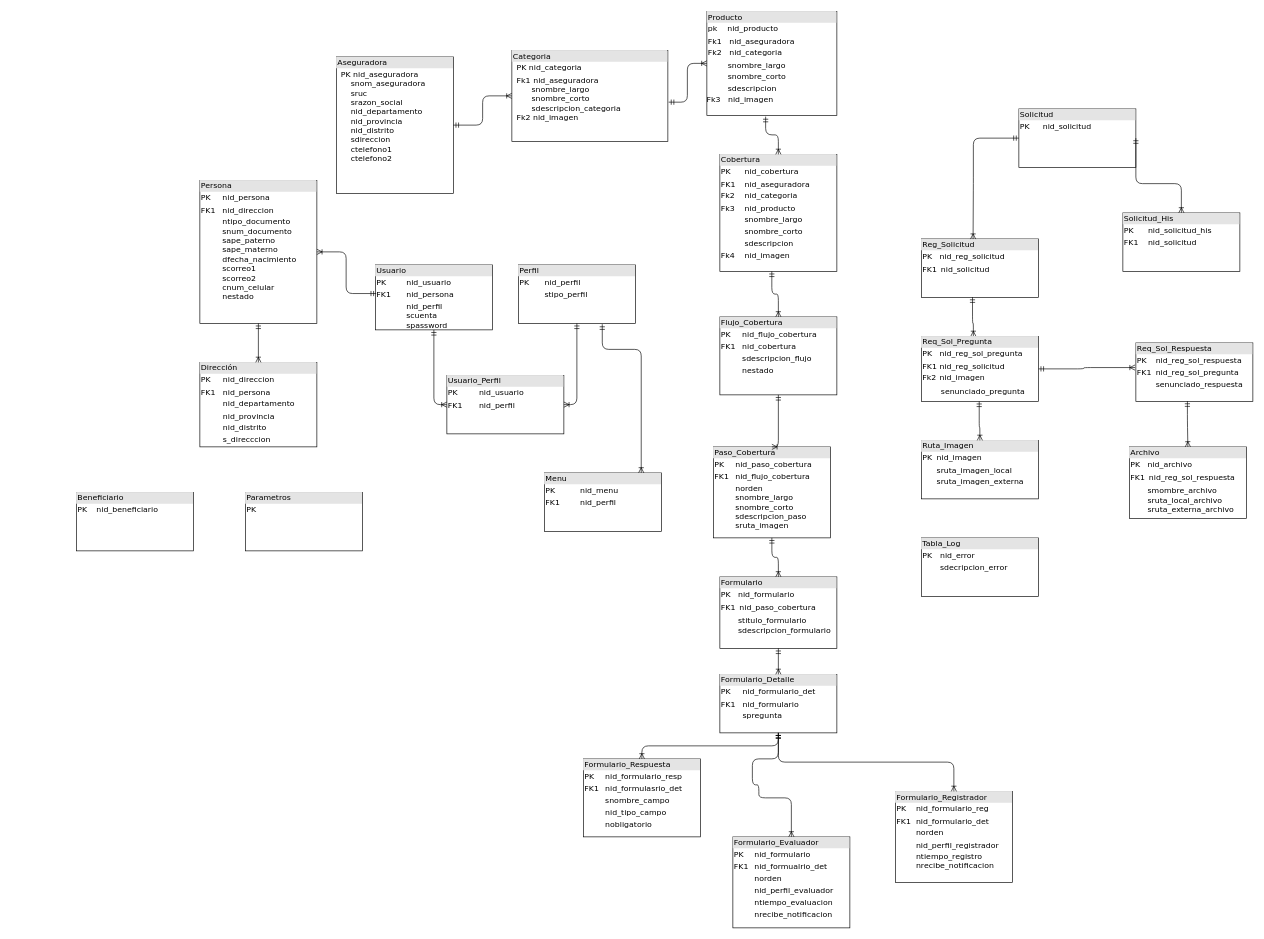
alejandroarceefitec/EFICTEC keeps this draw.io diagram as SINIESTROS/Diagrama sin título.drawio. Above is the earlier version. Source tidied: cells renumbered, new cells numbered last; positions are measured from the earlier drawing's top-left corner, leaving out a move shared by most shapes. Both pictures are drawn from the tidied source at 65%, with x=0, y=0 at pixel (76, 11).
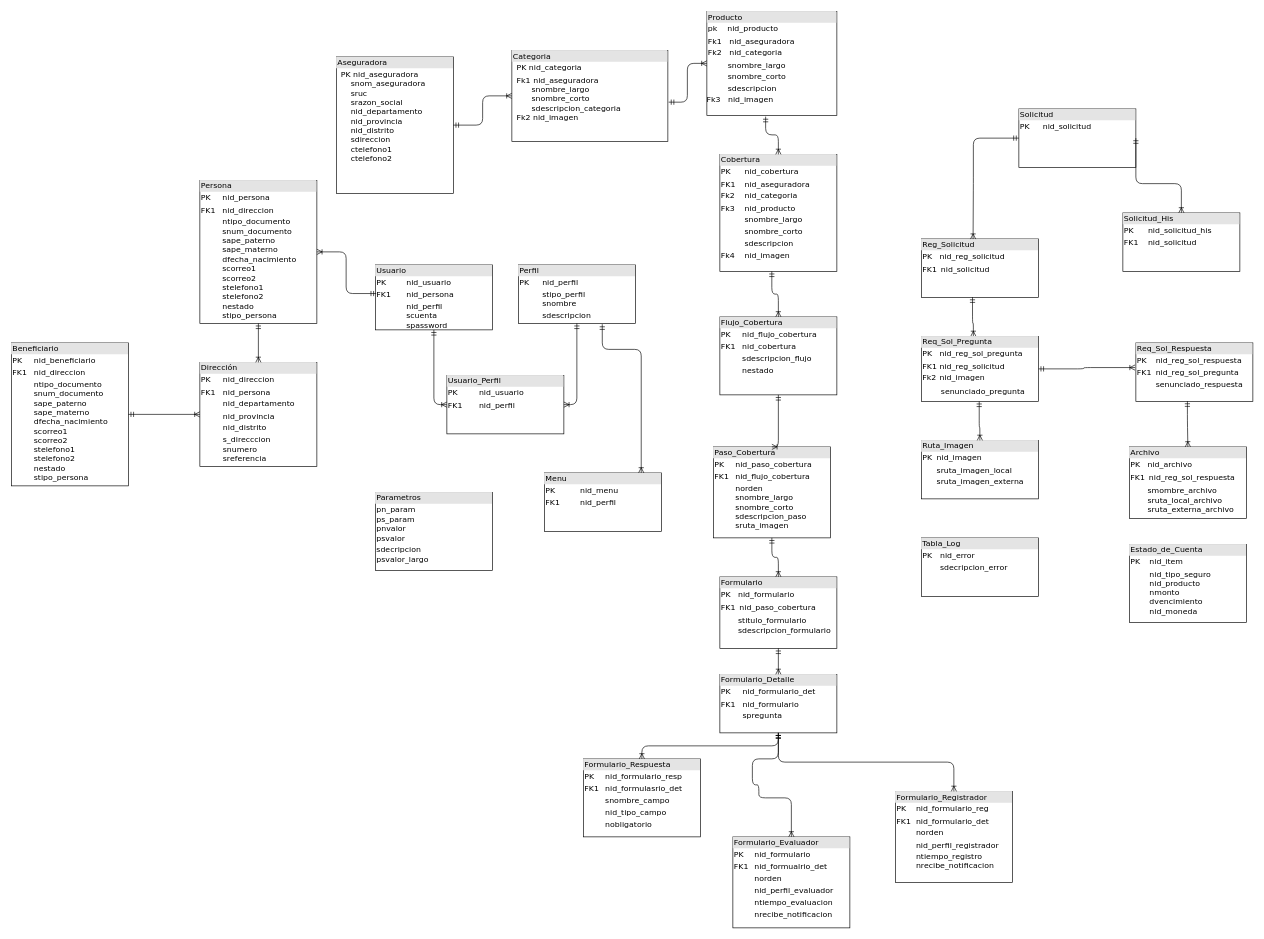
Above is the later version.

Change to the diagram source:
```diff
@@
-    <mxCell id="7" value="&lt;div style=&quot;box-sizing: border-box ; width: 100% ; background: #e4e4e4 ; padding: 2px&quot;&gt;Parametros&lt;/div&gt;&lt;table style=&quot;width: 100% ; font-size: 1em&quot; cellpadding=&quot;2&quot; cellspacing=&quot;0&quot;&gt;&lt;tbody&gt;&lt;tr&gt;&lt;td&gt;PK&lt;/td&gt;&lt;td&gt;&lt;/td&gt;&lt;/tr&gt;&lt;tr&gt;&lt;td&gt;&lt;/td&gt;&lt;td&gt;&lt;br&gt;&lt;/td&gt;&lt;/tr&gt;&lt;/tbody&gt;&lt;/table&gt;" style="verticalAlign=top;align=left;overflow=fill;html=1;rounded=0;shadow=0;comic=0;labelBackgroundColor=none;strokeWidth=1;fontFamily=Verdana;fontSize=12;" parent="1" vertex="1">
-      <mxGeometry x="260" y="740" width="180" height="90" as="geometry" />
+    <mxCell id="7" value="&lt;div style=&quot;box-sizing: border-box ; width: 100% ; background: #e4e4e4 ; padding: 2px&quot;&gt;Parametros&lt;/div&gt;&lt;table style=&quot;width: 100% ; font-size: 1em&quot; cellpadding=&quot;2&quot; cellspacing=&quot;0&quot;&gt;&lt;tbody&gt;&lt;tr&gt;&lt;td&gt;pn_param&lt;br&gt;ps_param&lt;br&gt;pnvalor&lt;br&gt;psvalor&lt;/td&gt;&lt;td&gt;&lt;/td&gt;&lt;/tr&gt;&lt;tr&gt;&lt;td&gt;sdecripcion&lt;br&gt;psvalor_largo&lt;br&gt;&lt;/td&gt;&lt;td&gt;&lt;br&gt;&lt;/td&gt;&lt;/tr&gt;&lt;/tbody&gt;&lt;/table&gt;" style="verticalAlign=top;align=left;overflow=fill;html=1;rounded=0;shadow=0;comic=0;labelBackgroundColor=none;strokeWidth=1;fontFamily=Verdana;fontSize=12;" parent="1" vertex="1">
+      <mxGeometry x="460" y="740" width="180" height="120" as="geometry" />
     </mxCell>
-    <mxCell id="8" value="&lt;div style=&quot;box-sizing: border-box ; width: 100% ; background: #e4e4e4 ; padding: 2px&quot;&gt;Persona&lt;/div&gt;&lt;table style=&quot;width: 100% ; font-size: 1em&quot; cellpadding=&quot;2&quot; cellspacing=&quot;0&quot;&gt;&lt;tbody&gt;&lt;tr&gt;&lt;td&gt;PK&lt;/td&gt;&lt;td&gt;nid_persona&lt;/td&gt;&lt;/tr&gt;&lt;tr&gt;&lt;td&gt;FK1&lt;br&gt;&lt;/td&gt;&lt;td&gt;nid_direccion&lt;br&gt;&lt;/td&gt;&lt;/tr&gt;&lt;tr&gt;&lt;td&gt;&lt;/td&gt;&lt;td&gt;ntipo_documento&lt;br&gt;snum_documento&lt;br&gt;sape_paterno&lt;br&gt;sape_materno&lt;br&gt;dfecha_nacimiento&lt;br&gt;scorreo1&lt;br&gt;scorreo2&lt;br&gt;cnum_celular&lt;br&gt;nestado&lt;br&gt;&lt;br&gt;&lt;br&gt;&lt;/td&gt;&lt;/tr&gt;&lt;/tbody&gt;&lt;/table&gt;" style="verticalAlign=top;align=left;overflow=fill;html=1;rounded=0;shadow=0;comic=0;labelBackgroundColor=none;strokeWidth=1;fontFamily=Verdana;fontSize=12;" parent="1" vertex="1">
+    <mxCell id="8" value="&lt;div style=&quot;box-sizing: border-box ; width: 100% ; background: #e4e4e4 ; padding: 2px&quot;&gt;Persona&lt;/div&gt;&lt;table style=&quot;width: 100% ; font-size: 1em&quot; cellpadding=&quot;2&quot; cellspacing=&quot;0&quot;&gt;&lt;tbody&gt;&lt;tr&gt;&lt;td&gt;PK&lt;/td&gt;&lt;td&gt;nid_persona&lt;/td&gt;&lt;/tr&gt;&lt;tr&gt;&lt;td&gt;FK1&lt;br&gt;&lt;/td&gt;&lt;td&gt;nid_direccion&lt;br&gt;&lt;/td&gt;&lt;/tr&gt;&lt;tr&gt;&lt;td&gt;&lt;/td&gt;&lt;td&gt;ntipo_documento&lt;br&gt;snum_documento&lt;br&gt;sape_paterno&lt;br&gt;sape_materno&lt;br&gt;dfecha_nacimiento&lt;br&gt;scorreo1&lt;br&gt;scorreo2&lt;br&gt;stelefono1&lt;br&gt;stelefono2&lt;br&gt;nestado&lt;br&gt;stipo_persona&lt;br&gt;&lt;br&gt;&lt;br&gt;&lt;/td&gt;&lt;/tr&gt;&lt;/tbody&gt;&lt;/table&gt;" style="verticalAlign=top;align=left;overflow=fill;html=1;rounded=0;shadow=0;comic=0;labelBackgroundColor=none;strokeWidth=1;fontFamily=Verdana;fontSize=12;" parent="1" vertex="1">
       <mxGeometry x="190" y="260" width="180" height="220" as="geometry" />
     </mxCell>
@@
-    <mxCell id="10" value="&lt;div style=&quot;box-sizing: border-box ; width: 100% ; background: #e4e4e4 ; padding: 2px&quot;&gt;Perfil&lt;/div&gt;&lt;table style=&quot;width: 100% ; font-size: 1em&quot; cellpadding=&quot;2&quot; cellspacing=&quot;0&quot;&gt;&lt;tbody&gt;&lt;tr&gt;&lt;td&gt;PK&lt;/td&gt;&lt;td&gt;nid_perfil&lt;/td&gt;&lt;/tr&gt;&lt;tr&gt;&lt;td&gt;&lt;br&gt;&lt;/td&gt;&lt;td&gt;stipo_perfil&lt;/td&gt;&lt;/tr&gt;&lt;tr&gt;&lt;td&gt;&lt;/td&gt;&lt;td&gt;&lt;br&gt;&lt;/td&gt;&lt;/tr&gt;&lt;/tbody&gt;&lt;/table&gt;" style="verticalAlign=top;align=left;overflow=fill;html=1;rounded=0;shadow=0;comic=0;labelBackgroundColor=none;strokeWidth=1;fontFamily=Verdana;fontSize=12;" parent="1" vertex="1">
+    <mxCell id="10" value="&lt;div style=&quot;box-sizing: border-box ; width: 100% ; background: #e4e4e4 ; padding: 2px&quot;&gt;Perfil&lt;/div&gt;&lt;table style=&quot;width: 100% ; font-size: 1em&quot; cellpadding=&quot;2&quot; cellspacing=&quot;0&quot;&gt;&lt;tbody&gt;&lt;tr&gt;&lt;td&gt;PK&lt;/td&gt;&lt;td&gt;nid_perfil&lt;/td&gt;&lt;/tr&gt;&lt;tr&gt;&lt;td&gt;&lt;br&gt;&lt;/td&gt;&lt;td&gt;stipo_perfil&lt;br&gt;snombre&lt;/td&gt;&lt;/tr&gt;&lt;tr&gt;&lt;td&gt;&lt;/td&gt;&lt;td&gt;sdescripcion&lt;br&gt;&lt;/td&gt;&lt;/tr&gt;&lt;/tbody&gt;&lt;/table&gt;" style="verticalAlign=top;align=left;overflow=fill;html=1;rounded=0;shadow=0;comic=0;labelBackgroundColor=none;strokeWidth=1;fontFamily=Verdana;fontSize=12;" parent="1" vertex="1">
       <mxGeometry x="680" y="390" width="180" height="90" as="geometry" />
     </mxCell>
@@
-    <mxCell id="12" value="&lt;div style=&quot;box-sizing: border-box ; width: 100% ; background: #e4e4e4 ; padding: 2px&quot;&gt;Dirección&lt;/div&gt;&lt;table style=&quot;width: 100% ; font-size: 1em&quot; cellpadding=&quot;2&quot; cellspacing=&quot;0&quot;&gt;&lt;tbody&gt;&lt;tr&gt;&lt;td&gt;PK&lt;/td&gt;&lt;td&gt;nid_direccion&lt;/td&gt;&lt;/tr&gt;&lt;tr&gt;&lt;td&gt;FK1&lt;/td&gt;&lt;td&gt;nid_persona&lt;/td&gt;&lt;/tr&gt;&lt;tr&gt;&lt;td&gt;&lt;/td&gt;&lt;td&gt;nid_departamento&lt;/td&gt;&lt;/tr&gt;&lt;tr&gt;&lt;td&gt;&lt;br&gt;&lt;/td&gt;&lt;td&gt;nid_provincia&lt;/td&gt;&lt;/tr&gt;&lt;tr&gt;&lt;td&gt;&lt;br&gt;&lt;/td&gt;&lt;td&gt;nid_distrito&lt;/td&gt;&lt;/tr&gt;&lt;tr&gt;&lt;td&gt;&lt;br&gt;&lt;/td&gt;&lt;td&gt;s_direcccion&lt;/td&gt;&lt;/tr&gt;&lt;/tbody&gt;&lt;/table&gt;" style="verticalAlign=top;align=left;overflow=fill;html=1;rounded=0;shadow=0;comic=0;labelBackgroundColor=none;strokeWidth=1;fontFamily=Verdana;fontSize=12;" parent="1" vertex="1">
-      <mxGeometry x="190" y="540" width="180" height="130" as="geometry" />
+    <mxCell id="12" value="&lt;div style=&quot;box-sizing: border-box ; width: 100% ; background: #e4e4e4 ; padding: 2px&quot;&gt;Dirección&lt;/div&gt;&lt;table style=&quot;width: 100% ; font-size: 1em&quot; cellpadding=&quot;2&quot; cellspacing=&quot;0&quot;&gt;&lt;tbody&gt;&lt;tr&gt;&lt;td&gt;PK&lt;/td&gt;&lt;td&gt;nid_direccion&lt;/td&gt;&lt;/tr&gt;&lt;tr&gt;&lt;td&gt;FK1&lt;/td&gt;&lt;td&gt;nid_persona&lt;/td&gt;&lt;/tr&gt;&lt;tr&gt;&lt;td&gt;&lt;/td&gt;&lt;td&gt;nid_departamento&lt;/td&gt;&lt;/tr&gt;&lt;tr&gt;&lt;td&gt;&lt;br&gt;&lt;/td&gt;&lt;td&gt;nid_provincia&lt;/td&gt;&lt;/tr&gt;&lt;tr&gt;&lt;td&gt;&lt;br&gt;&lt;/td&gt;&lt;td&gt;nid_distrito&lt;/td&gt;&lt;/tr&gt;&lt;tr&gt;&lt;td&gt;&lt;br&gt;&lt;/td&gt;&lt;td&gt;s_direcccion&lt;br&gt;snumero&lt;br&gt;sreferencia&lt;/td&gt;&lt;/tr&gt;&lt;/tbody&gt;&lt;/table&gt;" style="verticalAlign=top;align=left;overflow=fill;html=1;rounded=0;shadow=0;comic=0;labelBackgroundColor=none;strokeWidth=1;fontFamily=Verdana;fontSize=12;" parent="1" vertex="1">
+      <mxGeometry x="190" y="540" width="180" height="160" as="geometry" />
     </mxCell>
-    <mxCell id="13" value="&lt;div style=&quot;box-sizing: border-box ; width: 100% ; background: #e4e4e4 ; padding: 2px&quot;&gt;Beneficiario&lt;/div&gt;&lt;table style=&quot;width: 100% ; font-size: 1em&quot; cellpadding=&quot;2&quot; cellspacing=&quot;0&quot;&gt;&lt;tbody&gt;&lt;tr&gt;&lt;td&gt;PK&lt;/td&gt;&lt;td&gt;nid_beneficiario&lt;/td&gt;&lt;/tr&gt;&lt;tr&gt;&lt;td&gt;&lt;br&gt;&lt;/td&gt;&lt;td&gt;&lt;br&gt;&lt;/td&gt;&lt;/tr&gt;&lt;tr&gt;&lt;td&gt;&lt;/td&gt;&lt;td&gt;&lt;br&gt;&lt;/td&gt;&lt;/tr&gt;&lt;/tbody&gt;&lt;/table&gt;" style="verticalAlign=top;align=left;overflow=fill;html=1;rounded=0;shadow=0;comic=0;labelBackgroundColor=none;strokeWidth=1;fontFamily=Verdana;fontSize=12;" parent="1" vertex="1">
-      <mxGeometry y="740" width="180" height="90" as="geometry" />
-    </mxCell>
@@
+    <mxCell id="50" value="&lt;div style=&quot;box-sizing: border-box ; width: 100% ; background: #e4e4e4 ; padding: 2px&quot;&gt;Beneficiario&lt;/div&gt;&lt;table style=&quot;width: 100% ; font-size: 1em&quot; cellpadding=&quot;2&quot; cellspacing=&quot;0&quot;&gt;&lt;tbody&gt;&lt;tr&gt;&lt;td&gt;PK&lt;/td&gt;&lt;td&gt;nid_beneficiario&lt;/td&gt;&lt;/tr&gt;&lt;tr&gt;&lt;td&gt;FK1&lt;br&gt;&lt;/td&gt;&lt;td&gt;nid_direccion&lt;br&gt;&lt;/td&gt;&lt;/tr&gt;&lt;tr&gt;&lt;td&gt;&lt;/td&gt;&lt;td&gt;ntipo_documento&lt;br&gt;snum_documento&lt;br&gt;sape_paterno&lt;br&gt;sape_materno&lt;br&gt;dfecha_nacimiento&lt;br&gt;scorreo1&lt;br&gt;scorreo2&lt;br&gt;stelefono1&lt;br&gt;stelefono2&lt;br&gt;nestado&lt;br&gt;stipo_persona&lt;br&gt;&lt;br&gt;&lt;br&gt;&lt;/td&gt;&lt;/tr&gt;&lt;/tbody&gt;&lt;/table&gt;" style="verticalAlign=top;align=left;overflow=fill;html=1;rounded=0;shadow=0;comic=0;labelBackgroundColor=none;strokeWidth=1;fontFamily=Verdana;fontSize=12;" parent="1" vertex="1">
+      <mxGeometry x="-100" y="510" width="180" height="220" as="geometry" />
+    </mxCell>
+    <mxCell id="51" style="edgeStyle=orthogonalEdgeStyle;html=1;endArrow=ERoneToMany;startArrow=ERmandOne;labelBackgroundColor=none;fontFamily=Verdana;fontSize=12;align=left;exitX=1;exitY=0.5;exitDx=0;exitDy=0;" parent="1" edge="1" source="50" target="12">
+      <mxGeometry relative="1" as="geometry" />
+    </mxCell>
+    <mxCell id="52" value="&lt;div style=&quot;box-sizing: border-box ; width: 100% ; background: #e4e4e4 ; padding: 2px&quot;&gt;Estado_de_Cuenta&lt;/div&gt;&lt;table style=&quot;width: 100% ; font-size: 1em&quot; cellpadding=&quot;2&quot; cellspacing=&quot;0&quot;&gt;&lt;tbody&gt;&lt;tr&gt;&lt;td&gt;PK&lt;/td&gt;&lt;td&gt;nid_item&lt;/td&gt;&lt;/tr&gt;&lt;tr&gt;&lt;td&gt;&lt;br&gt;&lt;/td&gt;&lt;td&gt;nid_tipo_seguro&lt;br&gt;nid_producto&lt;br&gt;nmonto&lt;br&gt;dvencimiento&lt;br&gt;nid_moneda&lt;br&gt;&lt;/td&gt;&lt;/tr&gt;&lt;tr&gt;&lt;td&gt;&lt;/td&gt;&lt;td&gt;&lt;br&gt;&lt;/td&gt;&lt;/tr&gt;&lt;/tbody&gt;&lt;/table&gt;" style="verticalAlign=top;align=left;overflow=fill;html=1;rounded=0;shadow=0;comic=0;labelBackgroundColor=none;strokeWidth=1;fontFamily=Verdana;fontSize=12;" parent="1" vertex="1">
+      <mxGeometry x="1620" y="820" width="180" height="120" as="geometry" />
+    </mxCell>
```
